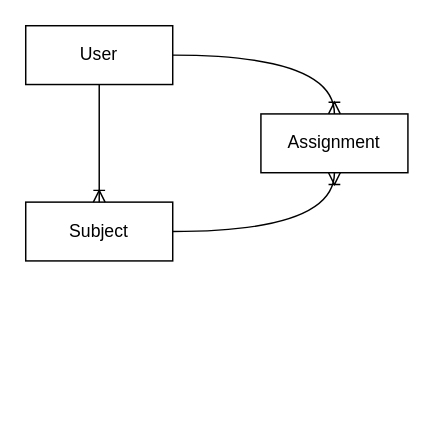
The draw.io diagram relations.drawio in NicolasBernal1/WhatsDueTomorrow-Backed, before the edit. Source tidied: cells renumbered, new cells numbered last; positions are measured from the earlier drawing's top-left corner, leaving out a move shared by most shapes. Both pictures are drawn from the tidied source at 147%, with x=0, y=0 at pixel (25, 25).
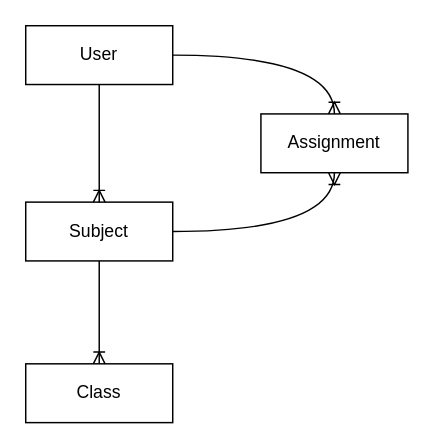
Above is the later version.

What changed in the source:
```diff
@@
 <mxGraphModel>
   <root>
     <mxCell id="0" />
     <mxCell id="1" parent="0" />
     <mxCell id="2" value="User" style="whiteSpace=wrap;html=1;align=center;" parent="1" vertex="1">
       <mxGeometry width="100" height="40" as="geometry" />
     </mxCell>
     <mxCell id="3" value="Subject" style="whiteSpace=wrap;html=1;align=center;" parent="1" vertex="1">
       <mxGeometry y="120" width="100" height="40" as="geometry" />
     </mxCell>
     <mxCell id="4" value="Assignment" style="whiteSpace=wrap;html=1;align=center;" parent="1" vertex="1">
       <mxGeometry x="160" y="60" width="100" height="40" as="geometry" />
     </mxCell>
     <mxCell id="5" style="edgeStyle=orthogonalEdgeStyle;fontSize=12;html=1;endArrow=ERoneToMany;curved=1;exitX=0.5;exitY=1;exitDx=0;exitDy=0;entryX=0.5;entryY=0;entryDx=0;entryDy=0;" parent="1" edge="1" source="2" target="3">
       <mxGeometry relative="1" as="geometry" />
     </mxCell>
     <mxCell id="6" style="edgeStyle=orthogonalEdgeStyle;fontSize=12;html=1;endArrow=ERoneToMany;curved=1;exitX=1;exitY=0.5;exitDx=0;exitDy=0;entryX=0.5;entryY=1;entryDx=0;entryDy=0;" parent="1" edge="1" source="3" target="4">
       <mxGeometry relative="1" as="geometry" />
     </mxCell>
     <mxCell id="7" style="edgeStyle=orthogonalEdgeStyle;fontSize=12;html=1;endArrow=ERoneToMany;curved=1;exitX=1;exitY=0.5;exitDx=0;exitDy=0;entryX=0.5;entryY=0;entryDx=0;entryDy=0;" parent="1" edge="1" source="2" target="4">
       <mxGeometry relative="1" as="geometry" />
     </mxCell>
+    <mxCell id="8" value="Class" style="whiteSpace=wrap;html=1;align=center;" parent="1" vertex="1">
+      <mxGeometry y="230" width="100" height="40" as="geometry" />
+    </mxCell>
+    <mxCell id="9" style="edgeStyle=orthogonalEdgeStyle;fontSize=12;html=1;endArrow=ERoneToMany;curved=1;exitX=0.5;exitY=1;exitDx=0;exitDy=0;entryX=0.5;entryY=0;entryDx=0;entryDy=0;" parent="1" edge="1" source="3" target="8">
+      <mxGeometry relative="1" as="geometry" />
+    </mxCell>
   </root>
 </mxGraphModel>
```
